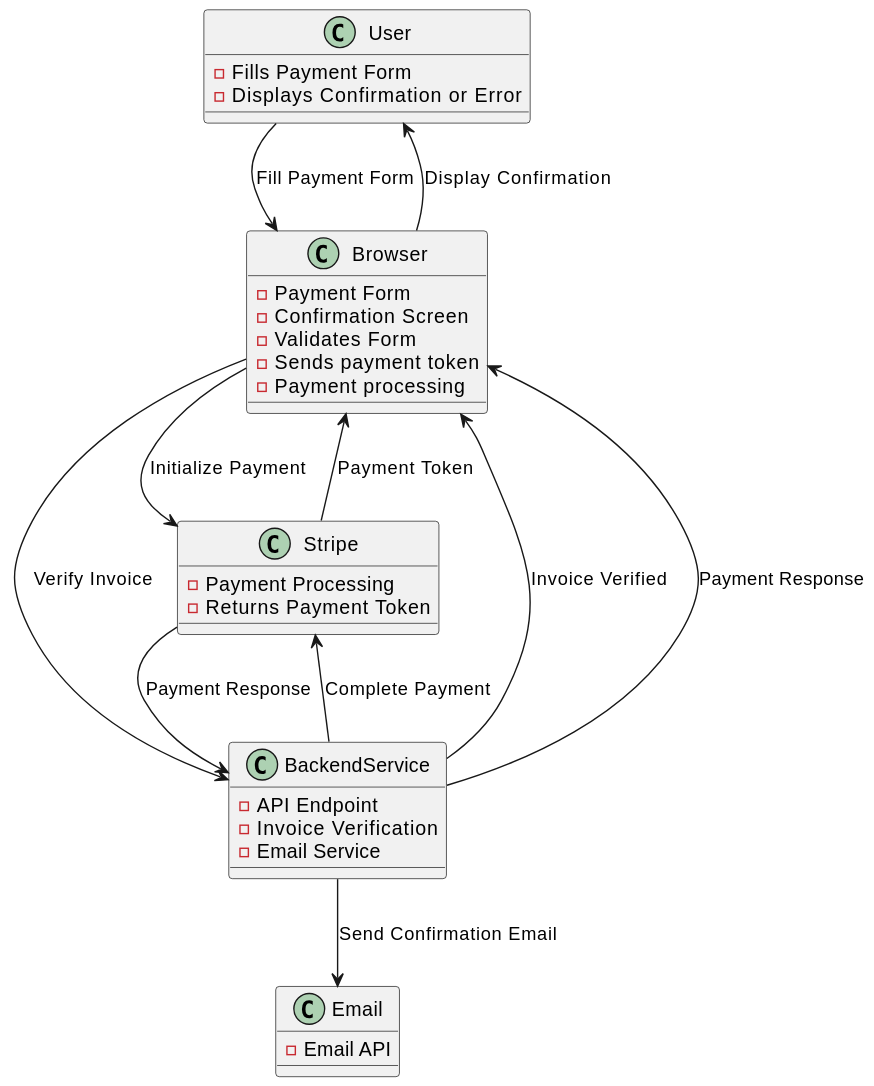
Earlier version of the PlantUML export docs/browser-data-flow.svg (PaulWheatcroft/payment).
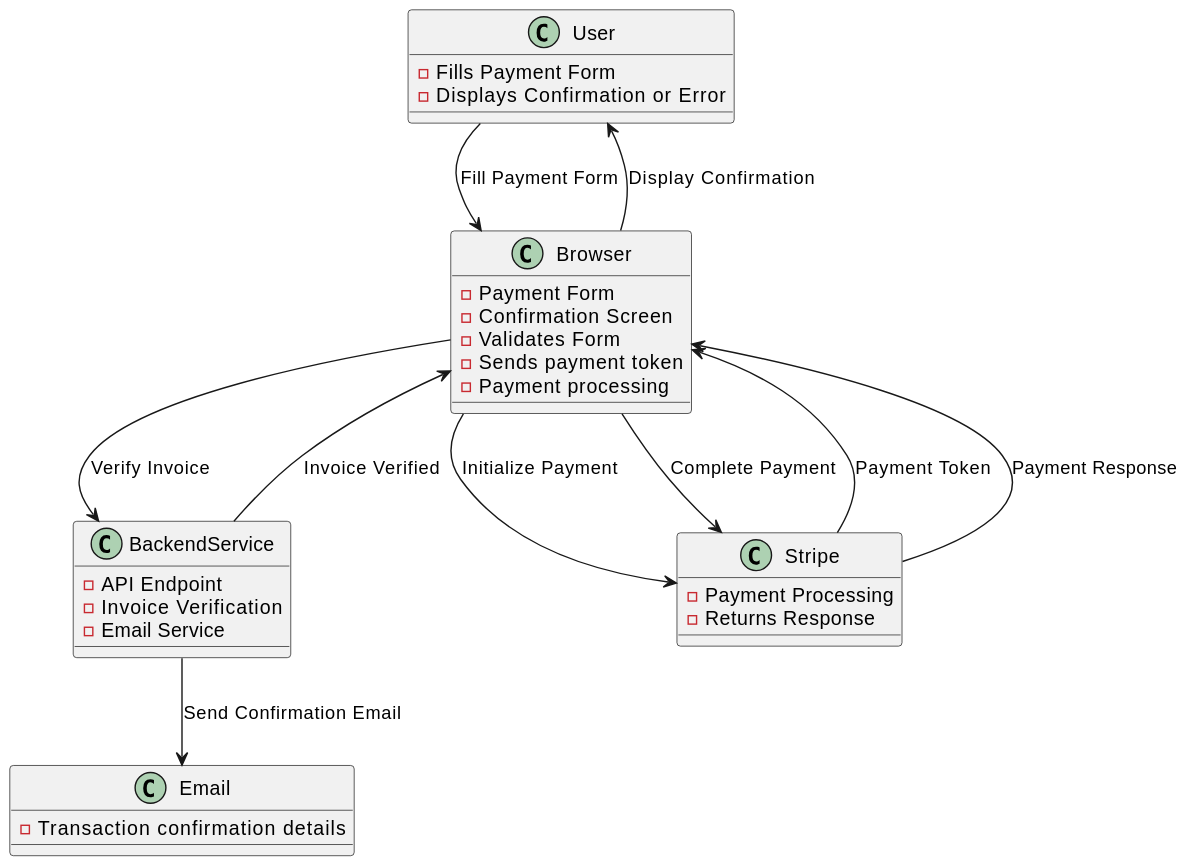
After the commit.

Change to the diagram source:
```diff
@@ -22,11 +22,11 @@
 
 RECTANGLE Stripe {
   - Payment Processing
-  - Returns Payment Token
+  - Returns Response
 }
 
 RECTANGLE Email {
-  - Email API
+  - Transaction confirmation details
 }
 
 User --> Browser : Fill Payment Form
@@ -34,9 +34,8 @@
 BackendService --> Browser : Invoice Verified
 Browser --> Stripe : Initialize Payment
 Stripe --> Browser : Payment Token
-BackendService --> Stripe : Complete Payment
-Stripe --> BackendService : Payment Response
-BackendService --> Browser : Payment Response
+Browser --> Stripe : Complete Payment
+Stripe --> Browser : Payment Response
 Browser --> User : Display Confirmation
 BackendService --> Email : Send Confirmation Email
 @enduml
```
